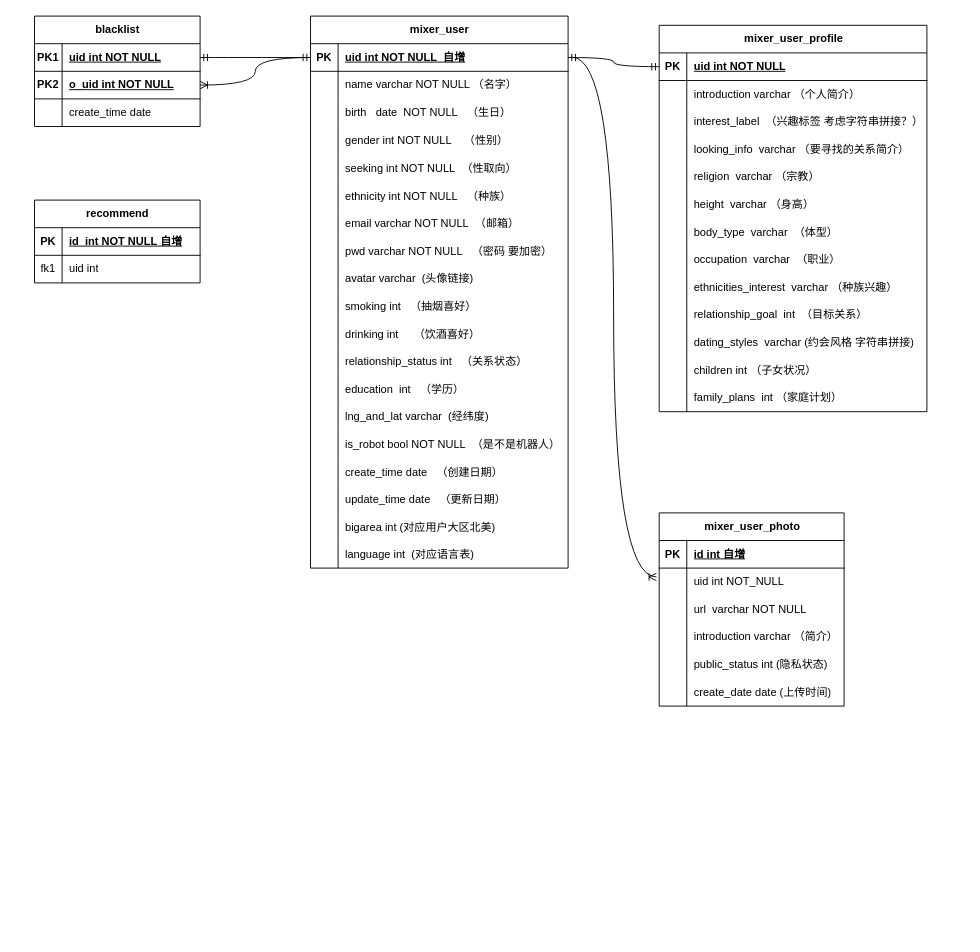
zhangshuntao-ola/MyDraw keeps this draw.io diagram as mixweb-er.drawio. Above is the earlier version. Source tidied: cells renumbered, new cells numbered last; positions are measured from the earlier drawing's top-left corner, leaving out a move shared by most shapes. Both pictures are drawn from the tidied source at 92%, with x=0, y=0 at pixel (16, 16).
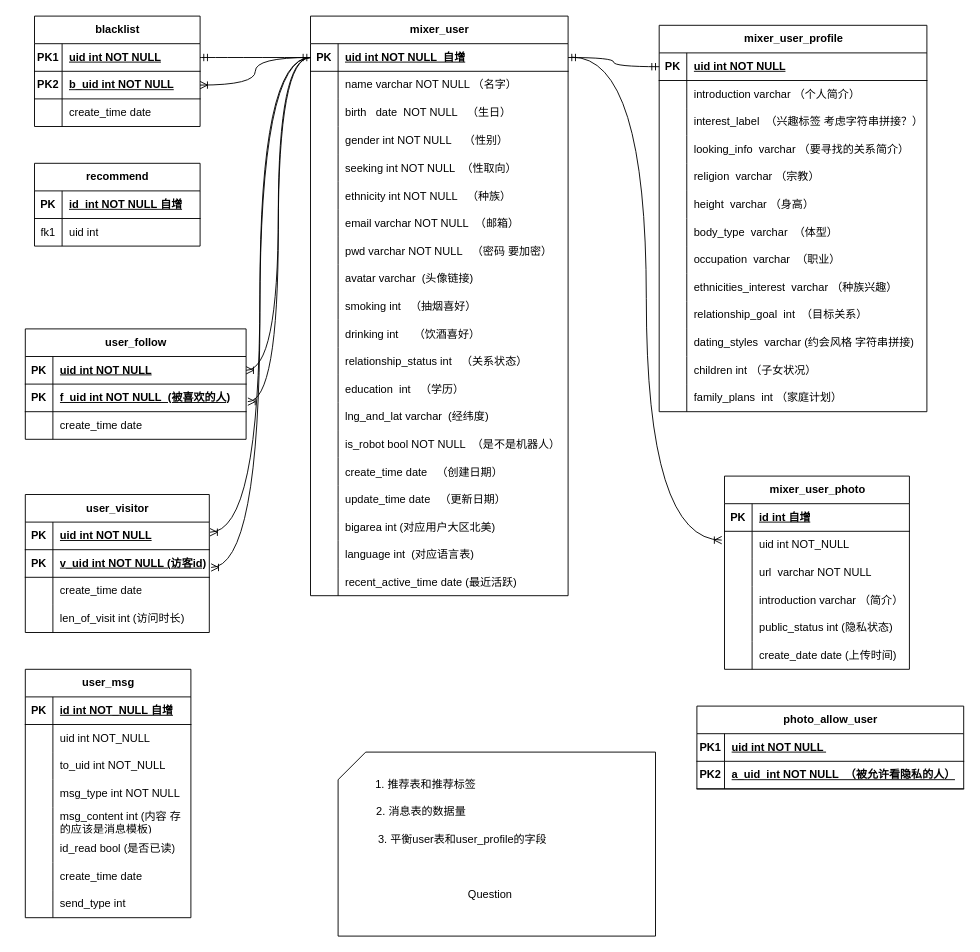
The same page after the edit.

Unchanged cells that the change refers to:
```xml
<mxCell id="7" style="shape=tableRow;horizontal=0;startSize=0;swimlaneHead=0;swimlaneBody=0;fillColor=none;points=[[0,0.5],[1,0.5]];portConstraint=eastwest;top=0;left=0;right=0;bottom=1;" parent="3" vertex="1">
  <mxGeometry y="60" width="180" height="30" as="geometry" />
</mxCell>
<mxCell id="14" style="shape=tableRow;horizontal=0;startSize=0;swimlaneHead=0;swimlaneBody=0;fillColor=none;points=[[0,0.5],[1,0.5]];portConstraint=eastwest;top=0;left=0;right=0;bottom=1;" parent="13" vertex="1">
  <mxGeometry y="30" width="280" height="30" as="geometry" />
</mxCell>
<mxCell id="125" style="shape=tableRow;horizontal=0;startSize=0;swimlaneHead=0;swimlaneBody=0;fillColor=none;points=[[0,0.5],[1,0.5]];portConstraint=eastwest;top=0;left=0;right=0;bottom=0;" parent="121" vertex="1">
  <mxGeometry y="60" width="201" height="30" as="geometry" />
</mxCell>
```

What changed in the source:
```diff
@@
-    <mxCell id="9" value="o_uid int NOT NULL" style="shape=partialRectangle;fillColor=none;top=0;left=0;bottom=0;right=0;align=left;spacingLeft=6;fontStyle=5;overflow=hidden;whiteSpace=wrap;html=1;" parent="7" vertex="1">
+    <mxCell id="9" value="b_uid int NOT NULL" style="shape=partialRectangle;fillColor=none;top=0;left=0;bottom=0;right=0;align=left;spacingLeft=6;fontStyle=5;overflow=hidden;whiteSpace=wrap;html=1;" parent="7" vertex="1">
       <mxGeometry x="30" width="150" height="30" as="geometry" />
     </mxCell>
@@
     <mxCell id="13" value="mixer_user" style="shape=table;startSize=30;childLayout=tableLayout;rowLines=0;fontStyle=1;align=center;html=1;" parent="1" vertex="1">
-      <mxGeometry x="320" width="280" height="600" as="geometry" />
+      <mxGeometry x="320" width="280" height="630" as="geometry" />
     </mxCell>
@@
+    <mxCell id="141" style="shape=tableRow;horizontal=0;startSize=0;swimlaneHead=0;swimlaneBody=0;fillColor=none;top=0;left=0;right=0;bottom=0;" parent="13" vertex="1">
+      <mxGeometry y="600" width="280" height="30" as="geometry" />
+    </mxCell>
+    <mxCell id="142" style="shape=partialRectangle;fillColor=none;top=0;left=0;bottom=0;right=0;overflow=hidden;" parent="141" vertex="1">
+      <mxGeometry width="30" height="30" as="geometry" />
+    </mxCell>
+    <mxCell id="143" value="recent_active_time date (最近活跃)" style="shape=partialRectangle;fillColor=none;top=0;left=0;bottom=0;right=0;align=left;spacingLeft=6;overflow=hidden;" parent="141" vertex="1">
+      <mxGeometry x="30" width="250" height="30" as="geometry" />
+    </mxCell>
@@
     <mxCell id="73" value="recommend" style="shape=table;startSize=30;childLayout=tableLayout;rowLines=0;fontStyle=1;align=center;html=1;" parent="1" vertex="1">
-      <mxGeometry x="20" y="200" width="180" height="90" as="geometry" />
+      <mxGeometry x="20" y="160" width="180" height="90" as="geometry" />
     </mxCell>
@@
+    <mxCell id="140" style="edgeStyle=orthogonalEdgeStyle;fontSize=12;html=1;endArrow=ERoneToMany;rounded=0;entryX=-0.015;entryY=0.32;entryDx=0;entryDy=0;entryPerimeter=0;exitX=1.015;exitY=0.487;exitDx=0;exitDy=0;exitPerimeter=0;curved=1;" parent="1" edge="1" source="14" target="125">
+      <mxGeometry relative="1" as="geometry" />
+    </mxCell>
+    <mxCell id="144" value="user_follow" style="shape=table;startSize=30;childLayout=tableLayout;rowLines=0;fontStyle=1;align=center;html=1;" parent="1" vertex="1">
+      <mxGeometry x="10" y="340" width="240" height="120" as="geometry" />
+    </mxCell>
+    <mxCell id="145" style="shape=tableRow;horizontal=0;startSize=0;swimlaneHead=0;swimlaneBody=0;fillColor=none;points=[[0,0.5],[1,0.5]];portConstraint=eastwest;top=0;left=0;right=0;bottom=1;" parent="144" vertex="1">
+      <mxGeometry y="30" width="240" height="30" as="geometry" />
+    </mxCell>
+    <mxCell id="146" value="PK" style="shape=partialRectangle;fillColor=none;top=0;left=0;bottom=0;right=0;fontStyle=1;overflow=hidden;whiteSpace=wrap;html=1;" parent="145" vertex="1">
+      <mxGeometry width="30" height="30" as="geometry" />
+    </mxCell>
+    <mxCell id="147" value="uid int NOT NULL" style="shape=partialRectangle;fillColor=none;top=0;left=0;bottom=0;right=0;align=left;spacingLeft=6;fontStyle=5;overflow=hidden;whiteSpace=wrap;html=1;" parent="145" vertex="1">
+      <mxGeometry x="30" width="210" height="30" as="geometry" />
+    </mxCell>
+    <mxCell id="148" style="shape=tableRow;horizontal=0;startSize=0;swimlaneHead=0;swimlaneBody=0;fillColor=none;points=[[0,0.5],[1,0.5]];portConstraint=eastwest;top=0;left=0;right=0;bottom=1;" parent="144" vertex="1">
+      <mxGeometry y="60" width="240" height="30" as="geometry" />
+    </mxCell>
+    <mxCell id="149" value="PK" style="shape=partialRectangle;fillColor=none;top=0;left=0;bottom=0;right=0;fontStyle=1;overflow=hidden;whiteSpace=wrap;html=1;" parent="148" vertex="1">
+      <mxGeometry width="30" height="30" as="geometry" />
+    </mxCell>
+    <mxCell id="150" value="f_uid int NOT NULL&amp;nbsp; (被喜欢的人)" style="shape=partialRectangle;fillColor=none;top=0;left=0;bottom=0;right=0;align=left;spacingLeft=6;fontStyle=5;overflow=hidden;whiteSpace=wrap;html=1;" parent="148" vertex="1">
+      <mxGeometry x="30" width="210" height="30" as="geometry" />
+    </mxCell>
+    <mxCell id="151" style="shape=tableRow;horizontal=0;startSize=0;swimlaneHead=0;swimlaneBody=0;fillColor=none;top=0;left=0;right=0;bottom=0;" parent="144" vertex="1">
+      <mxGeometry y="90" width="240" height="30" as="geometry" />
+    </mxCell>
+    <mxCell id="152" style="shape=partialRectangle;fillColor=none;top=0;left=0;bottom=0;right=0;overflow=hidden;whiteSpace=wrap;html=1;" parent="151" vertex="1">
+      <mxGeometry width="30" height="30" as="geometry" />
+    </mxCell>
+    <mxCell id="153" value="create_time date&amp;nbsp;" style="shape=partialRectangle;fillColor=none;top=0;left=0;bottom=0;right=0;align=left;spacingLeft=6;overflow=hidden;whiteSpace=wrap;html=1;" parent="151" vertex="1">
+      <mxGeometry x="30" width="210" height="30" as="geometry" />
+    </mxCell>
+    <mxCell id="154" style="edgeStyle=orthogonalEdgeStyle;fontSize=12;html=1;endArrow=ERoneToMany;rounded=0;exitX=0;exitY=0.5;exitDx=0;exitDy=0;entryX=1;entryY=0.5;entryDx=0;entryDy=0;curved=1;" parent="1" edge="1" source="14" target="145">
+      <mxGeometry relative="1" as="geometry" />
+    </mxCell>
+    <mxCell id="155" style="edgeStyle=orthogonalEdgeStyle;fontSize=12;html=1;endArrow=ERoneToMany;rounded=0;exitX=0;exitY=0.5;exitDx=0;exitDy=0;entryX=1.008;entryY=0.635;entryDx=0;entryDy=0;curved=1;entryPerimeter=0;" parent="1" edge="1" source="14" target="148">
+      <mxGeometry relative="1" as="geometry" />
+    </mxCell>
+    <mxCell id="156" value="user_visitor" style="shape=table;startSize=30;childLayout=tableLayout;rowLines=0;fontStyle=1;align=center;html=1;" parent="1" vertex="1">
+      <mxGeometry x="10" y="520" width="200" height="150" as="geometry" />
+    </mxCell>
+    <mxCell id="157" style="shape=tableRow;horizontal=0;startSize=0;swimlaneHead=0;swimlaneBody=0;fillColor=none;points=[[0,0.5],[1,0.5]];portConstraint=eastwest;top=0;left=0;right=0;bottom=1;" parent="156" vertex="1">
+      <mxGeometry y="30" width="200" height="30" as="geometry" />
+    </mxCell>
+    <mxCell id="158" value="PK" style="shape=partialRectangle;fillColor=none;top=0;left=0;bottom=0;right=0;fontStyle=1;overflow=hidden;whiteSpace=wrap;html=1;" parent="157" vertex="1">
+      <mxGeometry width="30" height="30" as="geometry" />
+    </mxCell>
+    <mxCell id="159" value="uid int NOT NULL" style="shape=partialRectangle;fillColor=none;top=0;left=0;bottom=0;right=0;align=left;spacingLeft=6;fontStyle=5;overflow=hidden;whiteSpace=wrap;html=1;" parent="157" vertex="1">
+      <mxGeometry x="30" width="170" height="30" as="geometry" />
+    </mxCell>
+    <mxCell id="160" style="shape=tableRow;horizontal=0;startSize=0;swimlaneHead=0;swimlaneBody=0;fillColor=none;points=[[0,0.5],[1,0.5]];portConstraint=eastwest;top=0;left=0;right=0;bottom=1;" parent="156" vertex="1">
+      <mxGeometry y="60" width="200" height="30" as="geometry" />
+    </mxCell>
+    <mxCell id="161" value="PK" style="shape=partialRectangle;fillColor=none;top=0;left=0;bottom=0;right=0;fontStyle=1;overflow=hidden;whiteSpace=wrap;html=1;" parent="160" vertex="1">
+      <mxGeometry width="30" height="30" as="geometry" />
+    </mxCell>
+    <mxCell id="162" value="v_uid int NOT NULL (访客id)" style="shape=partialRectangle;fillColor=none;top=0;left=0;bottom=0;right=0;align=left;spacingLeft=6;fontStyle=5;overflow=hidden;whiteSpace=wrap;html=1;" parent="160" vertex="1">
+      <mxGeometry x="30" width="170" height="30" as="geometry" />
+    </mxCell>
+    <mxCell id="163" style="shape=tableRow;horizontal=0;startSize=0;swimlaneHead=0;swimlaneBody=0;fillColor=none;top=0;left=0;right=0;bottom=0;" parent="156" vertex="1">
+      <mxGeometry y="90" width="200" height="30" as="geometry" />
+    </mxCell>
+    <mxCell id="164" style="shape=partialRectangle;fillColor=none;top=0;left=0;bottom=0;right=0;overflow=hidden;whiteSpace=wrap;html=1;" parent="163" vertex="1">
+      <mxGeometry width="30" height="30" as="geometry" />
+    </mxCell>
+    <mxCell id="165" value="create_time date" style="shape=partialRectangle;fillColor=none;top=0;left=0;bottom=0;right=0;align=left;spacingLeft=6;overflow=hidden;whiteSpace=wrap;html=1;" parent="163" vertex="1">
+      <mxGeometry x="30" width="170" height="30" as="geometry" />
+    </mxCell>
+    <mxCell id="166" style="shape=tableRow;horizontal=0;startSize=0;swimlaneHead=0;swimlaneBody=0;fillColor=none;top=0;left=0;right=0;bottom=0;" parent="156" vertex="1">
+      <mxGeometry y="120" width="200" height="30" as="geometry" />
+    </mxCell>
+    <mxCell id="167" style="shape=partialRectangle;fillColor=none;top=0;left=0;bottom=0;right=0;overflow=hidden;whiteSpace=wrap;html=1;" parent="166" vertex="1">
+      <mxGeometry width="30" height="30" as="geometry" />
+    </mxCell>
+    <mxCell id="168" value="len_of_visit int (访问时长)" style="shape=partialRectangle;fillColor=none;top=0;left=0;bottom=0;right=0;align=left;spacingLeft=6;overflow=hidden;whiteSpace=wrap;html=1;" parent="166" vertex="1">
+      <mxGeometry x="30" width="170" height="30" as="geometry" />
+    </mxCell>
+    <mxCell id="169" style="edgeStyle=orthogonalEdgeStyle;fontSize=12;html=1;endArrow=ERoneToMany;rounded=0;exitX=0;exitY=0.5;exitDx=0;exitDy=0;entryX=1.004;entryY=0.367;entryDx=0;entryDy=0;curved=1;entryPerimeter=0;" parent="1" edge="1" source="14" target="157">
+      <mxGeometry relative="1" as="geometry" />
+    </mxCell>
+    <mxCell id="170" style="edgeStyle=orthogonalEdgeStyle;fontSize=12;html=1;endArrow=ERoneToMany;rounded=0;exitX=0;exitY=0.5;exitDx=0;exitDy=0;entryX=1.01;entryY=0.644;entryDx=0;entryDy=0;curved=1;entryPerimeter=0;" parent="1" edge="1" source="14" target="160">
+      <mxGeometry relative="1" as="geometry" />
+    </mxCell>
+    <mxCell id="171" value="user_msg" style="shape=table;startSize=30;childLayout=tableLayout;rowLines=0;fontStyle=1;align=center;html=1;" parent="1" vertex="1">
+      <mxGeometry x="10" y="710" width="180" height="270" as="geometry" />
+    </mxCell>
+    <mxCell id="172" style="shape=tableRow;horizontal=0;startSize=0;swimlaneHead=0;swimlaneBody=0;fillColor=none;top=0;left=0;right=0;bottom=1;" parent="171" vertex="1">
+      <mxGeometry y="30" width="180" height="30" as="geometry" />
+    </mxCell>
+    <mxCell id="173" value="PK" style="shape=partialRectangle;fillColor=none;top=0;left=0;bottom=0;right=0;fontStyle=1;overflow=hidden;whiteSpace=wrap;html=1;" parent="172" vertex="1">
+      <mxGeometry width="30" height="30" as="geometry" />
+    </mxCell>
+    <mxCell id="174" value="id int NOT_NULL 自增" style="shape=partialRectangle;fillColor=none;top=0;left=0;bottom=0;right=0;align=left;spacingLeft=6;fontStyle=5;overflow=hidden;whiteSpace=wrap;html=1;" parent="172" vertex="1">
+      <mxGeometry x="30" width="150" height="30" as="geometry" />
+    </mxCell>
+    <mxCell id="175" style="shape=tableRow;horizontal=0;startSize=0;swimlaneHead=0;swimlaneBody=0;fillColor=none;top=0;left=0;right=0;bottom=0;" parent="171" vertex="1">
+      <mxGeometry y="60" width="180" height="30" as="geometry" />
+    </mxCell>
+    <mxCell id="176" style="shape=partialRectangle;fillColor=none;top=0;left=0;bottom=0;right=0;overflow=hidden;whiteSpace=wrap;html=1;" parent="175" vertex="1">
+      <mxGeometry width="30" height="30" as="geometry" />
+    </mxCell>
+    <mxCell id="177" value="uid int NOT_NULL&amp;nbsp;" style="shape=partialRectangle;fillColor=none;top=0;left=0;bottom=0;right=0;align=left;spacingLeft=6;overflow=hidden;whiteSpace=wrap;html=1;" parent="175" vertex="1">
+      <mxGeometry x="30" width="150" height="30" as="geometry" />
+    </mxCell>
+    <mxCell id="178" style="shape=tableRow;horizontal=0;startSize=0;swimlaneHead=0;swimlaneBody=0;fillColor=none;top=0;left=0;right=0;bottom=0;" parent="171" vertex="1">
+      <mxGeometry y="90" width="180" height="30" as="geometry" />
+    </mxCell>
+    <mxCell id="179" style="shape=partialRectangle;fillColor=none;top=0;left=0;bottom=0;right=0;overflow=hidden;whiteSpace=wrap;html=1;" parent="178" vertex="1">
+      <mxGeometry width="30" height="30" as="geometry" />
+    </mxCell>
+    <mxCell id="180" value="to_uid int NOT_NULL" style="shape=partialRectangle;fillColor=none;top=0;left=0;bottom=0;right=0;align=left;spacingLeft=6;overflow=hidden;whiteSpace=wrap;html=1;" parent="178" vertex="1">
+      <mxGeometry x="30" width="150" height="30" as="geometry" />
+    </mxCell>
+    <mxCell id="181" style="shape=tableRow;horizontal=0;startSize=0;swimlaneHead=0;swimlaneBody=0;fillColor=none;top=0;left=0;right=0;bottom=0;" parent="171" vertex="1">
+      <mxGeometry y="120" width="180" height="30" as="geometry" />
+    </mxCell>
+    <mxCell id="182" style="shape=partialRectangle;fillColor=none;top=0;left=0;bottom=0;right=0;overflow=hidden;whiteSpace=wrap;html=1;" parent="181" vertex="1">
+      <mxGeometry width="30" height="30" as="geometry" />
+    </mxCell>
+    <mxCell id="183" value="msg_type int NOT NULL" style="shape=partialRectangle;fillColor=none;top=0;left=0;bottom=0;right=0;align=left;spacingLeft=6;overflow=hidden;whiteSpace=wrap;html=1;" parent="181" vertex="1">
+      <mxGeometry x="30" width="150" height="30" as="geometry" />
+    </mxCell>
+    <mxCell id="184" style="shape=tableRow;horizontal=0;startSize=0;swimlaneHead=0;swimlaneBody=0;fillColor=none;top=0;left=0;right=0;bottom=0;" parent="171" vertex="1">
+      <mxGeometry y="150" width="180" height="30" as="geometry" />
+    </mxCell>
+    <mxCell id="185" style="shape=partialRectangle;fillColor=none;top=0;left=0;bottom=0;right=0;overflow=hidden;whiteSpace=wrap;html=1;" parent="184" vertex="1">
+      <mxGeometry width="30" height="30" as="geometry" />
+    </mxCell>
+    <mxCell id="186" value="msg_content int (内容 存的应该是消息模板)" style="shape=partialRectangle;fillColor=none;top=0;left=0;bottom=0;right=0;align=left;spacingLeft=6;overflow=hidden;whiteSpace=wrap;html=1;" parent="184" vertex="1">
+      <mxGeometry x="30" width="150" height="30" as="geometry" />
+    </mxCell>
+    <mxCell id="187" style="shape=tableRow;horizontal=0;startSize=0;swimlaneHead=0;swimlaneBody=0;fillColor=none;top=0;left=0;right=0;bottom=0;" parent="171" vertex="1">
+      <mxGeometry y="180" width="180" height="30" as="geometry" />
+    </mxCell>
+    <mxCell id="188" style="shape=partialRectangle;fillColor=none;top=0;left=0;bottom=0;right=0;overflow=hidden;whiteSpace=wrap;html=1;" parent="187" vertex="1">
+      <mxGeometry width="30" height="30" as="geometry" />
+    </mxCell>
+    <mxCell id="189" value="id_read bool (是否已读)" style="shape=partialRectangle;fillColor=none;top=0;left=0;bottom=0;right=0;align=left;spacingLeft=6;overflow=hidden;whiteSpace=wrap;html=1;" parent="187" vertex="1">
+      <mxGeometry x="30" width="150" height="30" as="geometry" />
+    </mxCell>
+    <mxCell id="190" style="shape=tableRow;horizontal=0;startSize=0;swimlaneHead=0;swimlaneBody=0;fillColor=none;top=0;left=0;right=0;bottom=0;" parent="171" vertex="1">
+      <mxGeometry y="210" width="180" height="30" as="geometry" />
+    </mxCell>
+    <mxCell id="191" style="shape=partialRectangle;fillColor=none;top=0;left=0;bottom=0;right=0;overflow=hidden;whiteSpace=wrap;html=1;" parent="190" vertex="1">
+      <mxGeometry width="30" height="30" as="geometry" />
+    </mxCell>
+    <mxCell id="192" value="create_time date&amp;nbsp;" style="shape=partialRectangle;fillColor=none;top=0;left=0;bottom=0;right=0;align=left;spacingLeft=6;overflow=hidden;whiteSpace=wrap;html=1;" parent="190" vertex="1">
+      <mxGeometry x="30" width="150" height="30" as="geometry" />
+    </mxCell>
+    <mxCell id="193" style="shape=tableRow;horizontal=0;startSize=0;swimlaneHead=0;swimlaneBody=0;fillColor=none;top=0;left=0;right=0;bottom=0;" parent="171" vertex="1">
+      <mxGeometry y="240" width="180" height="30" as="geometry" />
+    </mxCell>
+    <mxCell id="194" style="shape=partialRectangle;fillColor=none;top=0;left=0;bottom=0;right=0;overflow=hidden;whiteSpace=wrap;html=1;" parent="193" vertex="1">
+      <mxGeometry width="30" height="30" as="geometry" />
+    </mxCell>
+    <mxCell id="195" value="send_type int&amp;nbsp;" style="shape=partialRectangle;fillColor=none;top=0;left=0;bottom=0;right=0;align=left;spacingLeft=6;overflow=hidden;whiteSpace=wrap;html=1;" parent="193" vertex="1">
+      <mxGeometry x="30" width="150" height="30" as="geometry" />
+    </mxCell>
+    <mxCell id="196" style="shape=card;whiteSpace=wrap;html=1;" parent="1" vertex="1">
+      <mxGeometry x="350" y="800" width="345" height="200" as="geometry" />
+    </mxCell>
+    <mxCell id="197" value="1. 推荐表和推荐标签" style="text;html=1;align=center;verticalAlign=middle;strokeColor=none;fillColor=none;" parent="1" vertex="1">
+      <mxGeometry x="380" y="820" width="130" height="30" as="geometry" />
+    </mxCell>
+    <mxCell id="198" value="2. 消息表的数据量" style="text;html=1;align=center;verticalAlign=middle;strokeColor=none;fillColor=none;" parent="1" vertex="1">
+      <mxGeometry x="380" y="850" width="120" height="30" as="geometry" />
+    </mxCell>
+    <mxCell id="199" value="3. 平衡user表和user_profile的字段" style="text;html=1;align=center;verticalAlign=middle;strokeColor=none;fillColor=none;" parent="1" vertex="1">
+      <mxGeometry x="380" y="880" width="210" height="30" as="geometry" />
+    </mxCell>
+    <mxCell id="200" value="Question" style="text;html=1;align=center;verticalAlign=middle;strokeColor=none;fillColor=none;" parent="1" vertex="1">
+      <mxGeometry x="480" y="940" width="70" height="30" as="geometry" />
+    </mxCell>
+    <mxCell id="201" value="photo_allow_user" style="shape=table;startSize=30;childLayout=tableLayout;rowLines=0;fontStyle=1;align=center;html=1;" parent="1" vertex="1">
+      <mxGeometry x="740" y="750" width="290" height="90" as="geometry" />
+    </mxCell>
+    <mxCell id="202" style="shape=tableRow;horizontal=0;startSize=0;swimlaneHead=0;swimlaneBody=0;fillColor=none;top=0;left=0;right=0;bottom=1;" parent="201" vertex="1">
+      <mxGeometry y="30" width="290" height="30" as="geometry" />
+    </mxCell>
+    <mxCell id="203" value="PK1" style="shape=partialRectangle;fillColor=none;top=0;left=0;bottom=0;right=0;fontStyle=1;overflow=hidden;whiteSpace=wrap;html=1;" parent="202" vertex="1">
+      <mxGeometry width="30" height="30" as="geometry" />
+    </mxCell>
+    <mxCell id="204" value="uid int NOT NULL&amp;nbsp;" style="shape=partialRectangle;fillColor=none;top=0;left=0;bottom=0;right=0;align=left;spacingLeft=6;fontStyle=5;overflow=hidden;whiteSpace=wrap;html=1;" parent="202" vertex="1">
+      <mxGeometry x="30" width="260" height="30" as="geometry" />
+    </mxCell>
+    <mxCell id="205" style="shape=tableRow;horizontal=0;startSize=0;swimlaneHead=0;swimlaneBody=0;fillColor=none;top=0;left=0;right=0;bottom=1;" parent="201" vertex="1">
+      <mxGeometry y="60" width="290" height="30" as="geometry" />
+    </mxCell>
+    <mxCell id="206" value="PK2" style="shape=partialRectangle;fillColor=none;top=0;left=0;bottom=0;right=0;fontStyle=1;overflow=hidden;whiteSpace=wrap;html=1;" parent="205" vertex="1">
+      <mxGeometry width="30" height="30" as="geometry" />
+    </mxCell>
+    <mxCell id="207" value="a_uid&amp;nbsp; int NOT NULL&amp;nbsp; （被允许看隐私的人）" style="shape=partialRectangle;fillColor=none;top=0;left=0;bottom=0;right=0;align=left;spacingLeft=6;fontStyle=5;overflow=hidden;whiteSpace=wrap;html=1;" parent="205" vertex="1">
+      <mxGeometry x="30" width="260" height="30" as="geometry" />
+    </mxCell>
     <mxCell id="121" value="mixer_user_photo" style="shape=table;startSize=30;childLayout=tableLayout;rowLines=0;fontStyle=1;align=center;html=1;" parent="1" vertex="1">
-      <mxGeometry x="699" y="540" width="201" height="210" as="geometry" />
+      <mxGeometry x="770" y="500" width="201" height="210" as="geometry" />
     </mxCell>
@@
-    <mxCell id="140" style="edgeStyle=orthogonalEdgeStyle;fontSize=12;html=1;endArrow=ERoneToMany;rounded=0;entryX=-0.015;entryY=0.32;entryDx=0;entryDy=0;entryPerimeter=0;exitX=1.015;exitY=0.487;exitDx=0;exitDy=0;exitPerimeter=0;curved=1;" parent="1" edge="1" source="14" target="125">
-      <mxGeometry relative="1" as="geometry" />
-    </mxCell>
```
